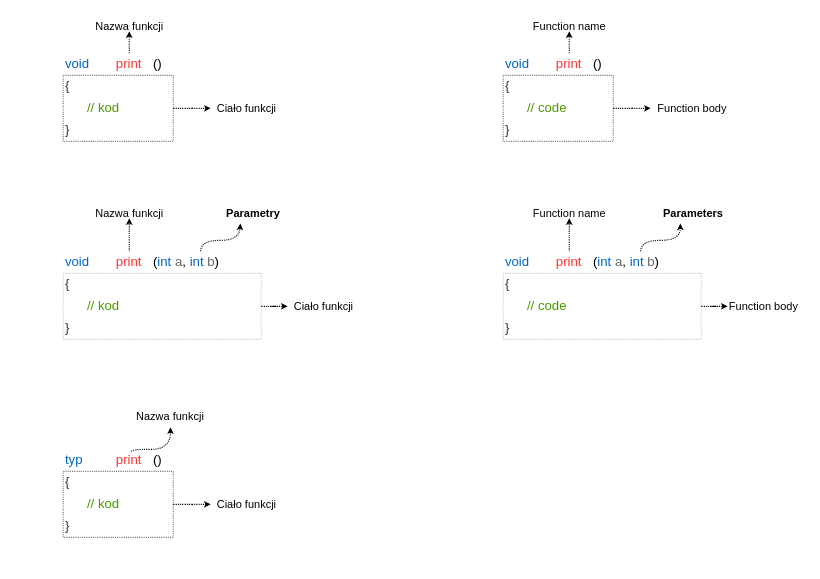
Earlier version of the draw.io diagram static/img/tutorials/course/basic/functions/schemes.drawio (Cpp4You/CppLangNet). Source tidied: cells renumbered, new cells numbered last; positions are measured from the earlier drawing's top-left corner, leaving out a move shared by most shapes. Both pictures are drawn from the tidied source at 110%, with x=0, y=0 at pixel (63, 20).
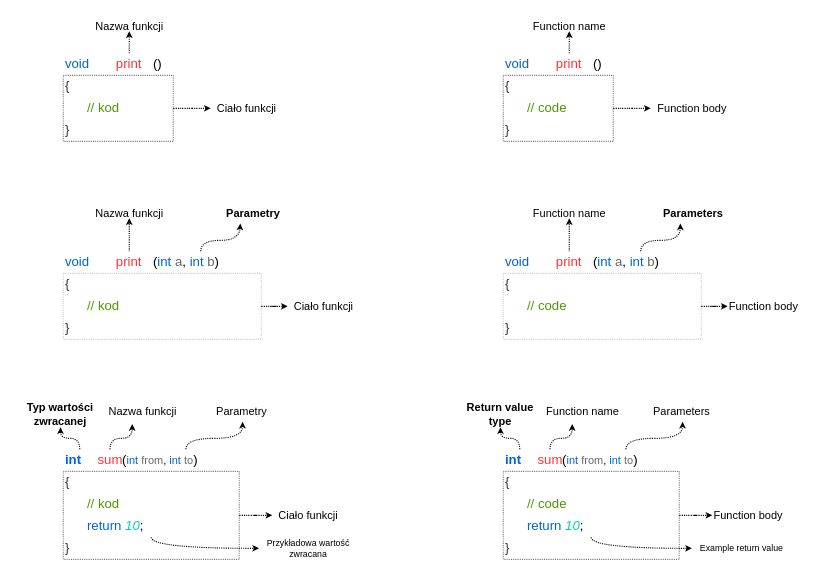
Above is the later version.

The edit, as a diff of the source:
```diff
@@
     <mxCell id="24" style="rounded=0;whiteSpace=wrap;html=1;dashed=1;dashPattern=1 1;fontFamily=Helvetica;fontColor=#000000;strokeWidth=1;fillColor=none;align=left;strokeColor=#00000088;" parent="1" vertex="1">
-      <mxGeometry y="410" width="100" height="60" as="geometry" />
+      <mxGeometry y="410" width="160" height="80" as="geometry" />
     </mxCell>
+    <mxCell id="61" style="edgeStyle=orthogonalEdgeStyle;rounded=0;jettySize=auto;html=1;entryX=0.5;entryY=1;entryDx=0;entryDy=0;endSize=3;curved=1;dashed=1;dashPattern=1 1;" parent="1" edge="1" target="63">
+      <mxGeometry relative="1" as="geometry">
+        <mxPoint x="15" y="390" as="sourcePoint" />
+        <Array as="points">
+          <mxPoint x="15" y="380" />
+          <mxPoint x="-2" y="380" />
+        </Array>
+      </mxGeometry>
+    </mxCell>
-    <mxCell id="25" value="typ" style="text;html=1;strokeColor=none;fillColor=none;align=left;verticalAlign=middle;whiteSpace=wrap;rounded=0;fontFamily=Jetbrains Mono;fontStyle=0;fontColor=#0066CC;" parent="1" vertex="1">
+    <mxCell id="25" value="int" style="text;html=1;strokeColor=none;fillColor=none;align=left;verticalAlign=middle;whiteSpace=wrap;rounded=0;fontFamily=Jetbrains Mono;fontStyle=1;fontColor=#0066CC;" parent="1" vertex="1">
       <mxGeometry y="390" width="40" height="20" as="geometry" />
     </mxCell>
-    <mxCell id="26" style="edgeStyle=orthogonalEdgeStyle;curved=1;rounded=0;jettySize=auto;html=1;dashed=1;dashPattern=1 1;fontFamily=Helvetica;fontColor=#000000;entryX=0.5;entryY=1;entryDx=0;entryDy=0;startSize=6;endSize=3;" parent="1" edge="1" target="32">
-      <mxGeometry relative="1" as="geometry">
-        <mxPoint x="62" y="392" as="sourcePoint" />
-        <Array as="points">
-          <mxPoint x="62" y="390" />
-          <mxPoint x="97" y="390" />
-          <mxPoint x="97" y="370" />
-        </Array>
-      </mxGeometry>
-    </mxCell>
+    <mxCell id="62" style="edgeStyle=orthogonalEdgeStyle;curved=1;rounded=0;jettySize=auto;html=1;exitX=0.5;exitY=0;exitDx=0;exitDy=0;entryX=0.369;entryY=1.1;entryDx=0;entryDy=0;entryPerimeter=0;dashed=1;dashPattern=1 1;fontSize=8;fontColor=#000000;endSize=3;" parent="1" edge="1" source="27" target="32">
+      <mxGeometry relative="1" as="geometry">
+        <Array as="points">
+          <mxPoint x="43" y="380" />
+          <mxPoint x="63" y="380" />
+        </Array>
+      </mxGeometry>
+    </mxCell>
-    <mxCell id="27" value="print" style="text;html=1;strokeColor=none;fillColor=none;align=center;verticalAlign=middle;whiteSpace=wrap;rounded=0;fontFamily=Jetbrains Mono;fontColor=#FF3333;" parent="1" vertex="1">
-      <mxGeometry x="40" y="390" width="40" height="20" as="geometry" />
+    <mxCell id="27" value="sum" style="text;html=1;strokeColor=none;fillColor=none;align=center;verticalAlign=middle;whiteSpace=wrap;rounded=0;fontFamily=Jetbrains Mono;fontColor=#FF3333;" parent="1" vertex="1">
+      <mxGeometry x="22.5" y="390" width="40" height="20" as="geometry" />
     </mxCell>
-    <mxCell id="28" value="()" style="text;html=1;strokeColor=none;fillColor=none;align=left;verticalAlign=middle;whiteSpace=wrap;rounded=0;spacingRight=0;spacingLeft=0;fontFamily=Jetbrains Mono;" parent="1" vertex="1">
-      <mxGeometry x="80" y="390" width="20" height="20" as="geometry" />
-    </mxCell>
@@
     <mxCell id="30" value="}" style="text;html=1;strokeColor=none;fillColor=none;align=left;verticalAlign=middle;whiteSpace=wrap;rounded=0;fontFamily=Jetbrains Mono;fontColor=#333333;" parent="1" vertex="1">
-      <mxGeometry y="450" width="60" height="20" as="geometry" />
+      <mxGeometry y="470" width="60" height="20" as="geometry" />
     </mxCell>
@@
     <mxCell id="32" value="Nazwa funkcji" style="text;html=1;strokeColor=none;fillColor=none;align=center;verticalAlign=middle;whiteSpace=wrap;rounded=0;dashed=1;dashPattern=1 1;fontFamily=Helvetica;fontColor=#000000;fontStyle=0;fontSize=10;" parent="1" vertex="1">
-      <mxGeometry x="60" y="350" width="75" height="20" as="geometry" />
+      <mxGeometry x="35" y="345" width="75" height="20" as="geometry" />
     </mxCell>
@@
     <mxCell id="34" value="Ciało funkcji" style="text;html=1;strokeColor=none;fillColor=none;align=center;verticalAlign=middle;whiteSpace=wrap;rounded=0;dashed=1;dashPattern=1 1;fontFamily=Helvetica;fontColor=#000000;fontSize=10;" parent="1" vertex="1">
-      <mxGeometry x="134" y="432.5" width="66" height="15" as="geometry" />
+      <mxGeometry x="190" y="442.5" width="66" height="15" as="geometry" />
     </mxCell>
@@
+    <mxCell id="63" value="Typ wartości zwracanej" style="text;html=1;strokeColor=none;fillColor=none;align=center;verticalAlign=middle;whiteSpace=wrap;rounded=0;dashed=1;dashPattern=1 1;fontFamily=Helvetica;fontColor=#000000;fontStyle=1;fontSize=10;" parent="1" vertex="1">
+      <mxGeometry x="-40" y="345" width="75" height="25" as="geometry" />
+    </mxCell>
+    <mxCell id="64" style="edgeStyle=orthogonalEdgeStyle;curved=1;rounded=0;jettySize=auto;html=1;exitX=0.5;exitY=0;exitDx=0;exitDy=0;dashed=1;dashPattern=1 1;fontSize=8;fontColor=#000000;endSize=3;" parent="1" edge="1" source="65" target="69">
+      <mxGeometry relative="1" as="geometry">
+        <Array as="points">
+          <mxPoint x="112" y="380" />
+          <mxPoint x="163" y="380" />
+        </Array>
+      </mxGeometry>
+    </mxCell>
+    <mxCell id="65" value="(&lt;font style=&quot;font-size: 10px&quot;&gt;&lt;font color=&quot;#0066cc&quot; style=&quot;font-size: 10px&quot;&gt;int&lt;/font&gt;&amp;nbsp;&lt;font color=&quot;#666666&quot; style=&quot;font-size: 10px&quot;&gt;from&lt;/font&gt;, &lt;font color=&quot;#0066cc&quot; style=&quot;font-size: 10px&quot;&gt;int&lt;/font&gt;&amp;nbsp;&lt;font color=&quot;#666666&quot; style=&quot;font-size: 10px&quot;&gt;to&lt;/font&gt;&lt;/font&gt;)" style="text;html=1;strokeColor=none;fillColor=none;align=left;verticalAlign=middle;whiteSpace=wrap;rounded=0;spacingRight=0;spacingLeft=0;fontFamily=Jetbrains Mono;" parent="1" vertex="1">
+      <mxGeometry x="51.5" y="390" width="120" height="20" as="geometry" />
+    </mxCell>
+    <mxCell id="66" style="edgeStyle=orthogonalEdgeStyle;curved=1;rounded=0;jettySize=auto;html=1;exitX=0.75;exitY=1;exitDx=0;exitDy=0;entryX=0;entryY=0.5;entryDx=0;entryDy=0;dashed=1;dashPattern=1 1;fontSize=8;fontColor=#000000;endSize=3;" parent="1" edge="1" source="67" target="68">
+      <mxGeometry relative="1" as="geometry">
+        <Array as="points">
+          <mxPoint x="80" y="480" />
+        </Array>
+      </mxGeometry>
+    </mxCell>
+    <mxCell id="67" value="&lt;font color=&quot;#0066cc&quot;&gt;return&lt;/font&gt; &lt;i&gt;&lt;font color=&quot;#00cccc&quot;&gt;10&lt;/font&gt;&lt;/i&gt;;" style="text;html=1;strokeColor=none;fillColor=none;align=left;verticalAlign=middle;whiteSpace=wrap;rounded=0;fontFamily=Jetbrains Mono;fontColor=#000000;" parent="1" vertex="1">
+      <mxGeometry x="20" y="450" width="80" height="20" as="geometry" />
+    </mxCell>
+    <mxCell id="68" value="Przykładowa wartość zwracana" style="text;html=1;strokeColor=none;fillColor=none;align=center;verticalAlign=middle;whiteSpace=wrap;rounded=0;fontColor=#000000;fontSize=8;" parent="1" vertex="1">
+      <mxGeometry x="178" y="470" width="90" height="20" as="geometry" />
+    </mxCell>
+    <mxCell id="69" value="Parametry" style="text;html=1;strokeColor=none;fillColor=none;align=center;verticalAlign=middle;whiteSpace=wrap;rounded=0;dashed=1;dashPattern=1 1;fontFamily=Helvetica;fontColor=#000000;fontStyle=0;fontSize=10;" parent="1" vertex="1">
+      <mxGeometry x="125" y="345" width="75" height="20" as="geometry" />
+    </mxCell>
+    <mxCell id="70" style="rounded=0;whiteSpace=wrap;html=1;dashed=1;dashPattern=1 1;fontFamily=Helvetica;fontColor=#000000;strokeWidth=1;fillColor=none;align=left;strokeColor=#00000088;" parent="1" vertex="1">
+      <mxGeometry x="400" y="410" width="160" height="80" as="geometry" />
+    </mxCell>
+    <mxCell id="71" style="edgeStyle=orthogonalEdgeStyle;rounded=0;jettySize=auto;html=1;entryX=0.5;entryY=1;entryDx=0;entryDy=0;endSize=3;curved=1;dashed=1;dashPattern=1 1;" parent="1" edge="1" target="81">
+      <mxGeometry relative="1" as="geometry">
+        <mxPoint x="415" y="390" as="sourcePoint" />
+        <Array as="points">
+          <mxPoint x="415" y="380" />
+          <mxPoint x="398" y="380" />
+        </Array>
+      </mxGeometry>
+    </mxCell>
+    <mxCell id="72" value="int" style="text;html=1;strokeColor=none;fillColor=none;align=left;verticalAlign=middle;whiteSpace=wrap;rounded=0;fontFamily=Jetbrains Mono;fontStyle=1;fontColor=#0066CC;" parent="1" vertex="1">
+      <mxGeometry x="400" y="390" width="40" height="20" as="geometry" />
+    </mxCell>
+    <mxCell id="73" style="edgeStyle=orthogonalEdgeStyle;curved=1;rounded=0;jettySize=auto;html=1;exitX=0.5;exitY=0;exitDx=0;exitDy=0;entryX=0.369;entryY=1.1;entryDx=0;entryDy=0;entryPerimeter=0;dashed=1;dashPattern=1 1;fontSize=8;fontColor=#000000;endSize=3;" parent="1" edge="1" source="74" target="78">
+      <mxGeometry relative="1" as="geometry">
+        <Array as="points">
+          <mxPoint x="443" y="380" />
+          <mxPoint x="463" y="380" />
+        </Array>
+      </mxGeometry>
+    </mxCell>
+    <mxCell id="74" value="sum" style="text;html=1;strokeColor=none;fillColor=none;align=center;verticalAlign=middle;whiteSpace=wrap;rounded=0;fontFamily=Jetbrains Mono;fontColor=#FF3333;" parent="1" vertex="1">
+      <mxGeometry x="422.5" y="390" width="40" height="20" as="geometry" />
+    </mxCell>
+    <mxCell id="75" value="{" style="text;html=1;strokeColor=none;fillColor=none;align=left;verticalAlign=middle;whiteSpace=wrap;rounded=0;fontFamily=Jetbrains Mono;fontColor=#333333;" parent="1" vertex="1">
+      <mxGeometry x="400" y="410" width="60" height="20" as="geometry" />
+    </mxCell>
+    <mxCell id="76" value="}" style="text;html=1;strokeColor=none;fillColor=none;align=left;verticalAlign=middle;whiteSpace=wrap;rounded=0;fontFamily=Jetbrains Mono;fontColor=#333333;" parent="1" vertex="1">
+      <mxGeometry x="400" y="470" width="60" height="20" as="geometry" />
+    </mxCell>
+    <mxCell id="77" value="// code" style="text;html=1;strokeColor=none;fillColor=none;align=left;verticalAlign=middle;whiteSpace=wrap;rounded=0;fontFamily=Jetbrains Mono;fontColor=#4D9900;" parent="1" vertex="1">
+      <mxGeometry x="420" y="430" width="60" height="20" as="geometry" />
+    </mxCell>
+    <mxCell id="78" value="Function name" style="text;html=1;strokeColor=none;fillColor=none;align=center;verticalAlign=middle;whiteSpace=wrap;rounded=0;dashed=1;dashPattern=1 1;fontFamily=Helvetica;fontColor=#000000;fontStyle=0;fontSize=10;" parent="1" vertex="1">
+      <mxGeometry x="435" y="345" width="75" height="20" as="geometry" />
+    </mxCell>
+    <mxCell id="79" style="edgeStyle=orthogonalEdgeStyle;curved=1;rounded=0;jettySize=auto;html=1;dashed=1;dashPattern=1 1;fontFamily=Helvetica;fontColor=#000000;startSize=6;endSize=3;" parent="1" edge="1" source="70" target="80">
+      <mxGeometry relative="1" as="geometry" />
+    </mxCell>
+    <mxCell id="80" value="Function body" style="text;html=1;strokeColor=none;fillColor=none;align=center;verticalAlign=middle;whiteSpace=wrap;rounded=0;dashed=1;dashPattern=1 1;fontFamily=Helvetica;fontColor=#000000;fontSize=10;" parent="1" vertex="1">
+      <mxGeometry x="590" y="442.5" width="66" height="15" as="geometry" />
+    </mxCell>
+    <mxCell id="81" value="Return value type" style="text;html=1;strokeColor=none;fillColor=none;align=center;verticalAlign=middle;whiteSpace=wrap;rounded=0;dashed=1;dashPattern=1 1;fontFamily=Helvetica;fontColor=#000000;fontStyle=1;fontSize=10;" parent="1" vertex="1">
+      <mxGeometry x="360" y="345" width="75" height="25" as="geometry" />
+    </mxCell>
+    <mxCell id="82" style="edgeStyle=orthogonalEdgeStyle;curved=1;rounded=0;jettySize=auto;html=1;exitX=0.5;exitY=0;exitDx=0;exitDy=0;dashed=1;dashPattern=1 1;fontSize=8;fontColor=#000000;endSize=3;" parent="1" edge="1" source="83" target="87">
+      <mxGeometry relative="1" as="geometry">
+        <Array as="points">
+          <mxPoint x="512" y="380" />
+          <mxPoint x="563" y="380" />
+        </Array>
+      </mxGeometry>
+    </mxCell>
+    <mxCell id="83" value="(&lt;font style=&quot;font-size: 10px&quot;&gt;&lt;font color=&quot;#0066cc&quot; style=&quot;font-size: 10px&quot;&gt;int&lt;/font&gt;&amp;nbsp;&lt;font color=&quot;#666666&quot; style=&quot;font-size: 10px&quot;&gt;from&lt;/font&gt;, &lt;font color=&quot;#0066cc&quot; style=&quot;font-size: 10px&quot;&gt;int&lt;/font&gt;&amp;nbsp;&lt;font color=&quot;#666666&quot; style=&quot;font-size: 10px&quot;&gt;to&lt;/font&gt;&lt;/font&gt;)" style="text;html=1;strokeColor=none;fillColor=none;align=left;verticalAlign=middle;whiteSpace=wrap;rounded=0;spacingRight=0;spacingLeft=0;fontFamily=Jetbrains Mono;" parent="1" vertex="1">
+      <mxGeometry x="451.5" y="390" width="120" height="20" as="geometry" />
+    </mxCell>
+    <mxCell id="84" style="edgeStyle=orthogonalEdgeStyle;curved=1;rounded=0;jettySize=auto;html=1;exitX=0.75;exitY=1;exitDx=0;exitDy=0;entryX=0;entryY=0.5;entryDx=0;entryDy=0;dashed=1;dashPattern=1 1;fontSize=8;fontColor=#000000;endSize=3;" parent="1" edge="1" source="85" target="86">
+      <mxGeometry relative="1" as="geometry">
+        <Array as="points">
+          <mxPoint x="480" y="480" />
+        </Array>
+      </mxGeometry>
+    </mxCell>
+    <mxCell id="85" value="&lt;font color=&quot;#0066cc&quot;&gt;return&lt;/font&gt; &lt;i&gt;&lt;font color=&quot;#00cccc&quot;&gt;10&lt;/font&gt;&lt;/i&gt;;" style="text;html=1;strokeColor=none;fillColor=none;align=left;verticalAlign=middle;whiteSpace=wrap;rounded=0;fontFamily=Jetbrains Mono;fontColor=#000000;" parent="1" vertex="1">
+      <mxGeometry x="420" y="450" width="80" height="20" as="geometry" />
+    </mxCell>
+    <mxCell id="86" value="Example return value" style="text;html=1;strokeColor=none;fillColor=none;align=center;verticalAlign=middle;whiteSpace=wrap;rounded=0;fontColor=#000000;fontSize=8;" parent="1" vertex="1">
+      <mxGeometry x="571.5" y="470" width="90" height="20" as="geometry" />
+    </mxCell>
+    <mxCell id="87" value="Parameters" style="text;html=1;strokeColor=none;fillColor=none;align=center;verticalAlign=middle;whiteSpace=wrap;rounded=0;dashed=1;dashPattern=1 1;fontFamily=Helvetica;fontColor=#000000;fontStyle=0;fontSize=10;" parent="1" vertex="1">
+      <mxGeometry x="525" y="345" width="75" height="20" as="geometry" />
+    </mxCell>
```
